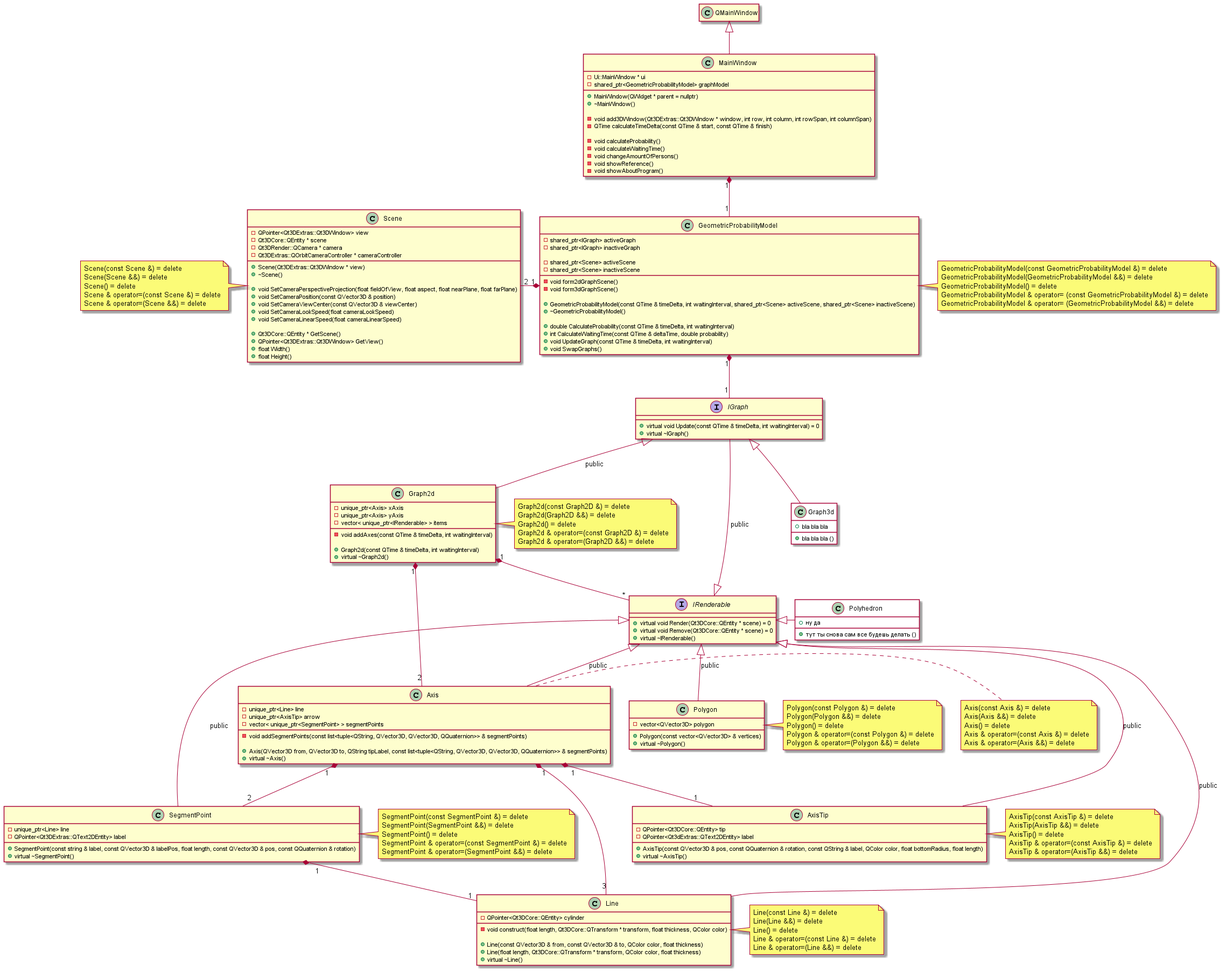
This is doc/graph2d class.png from HandsAndKeyboards/AppointmentProblem, a PlantUML export, as it was before one commit.
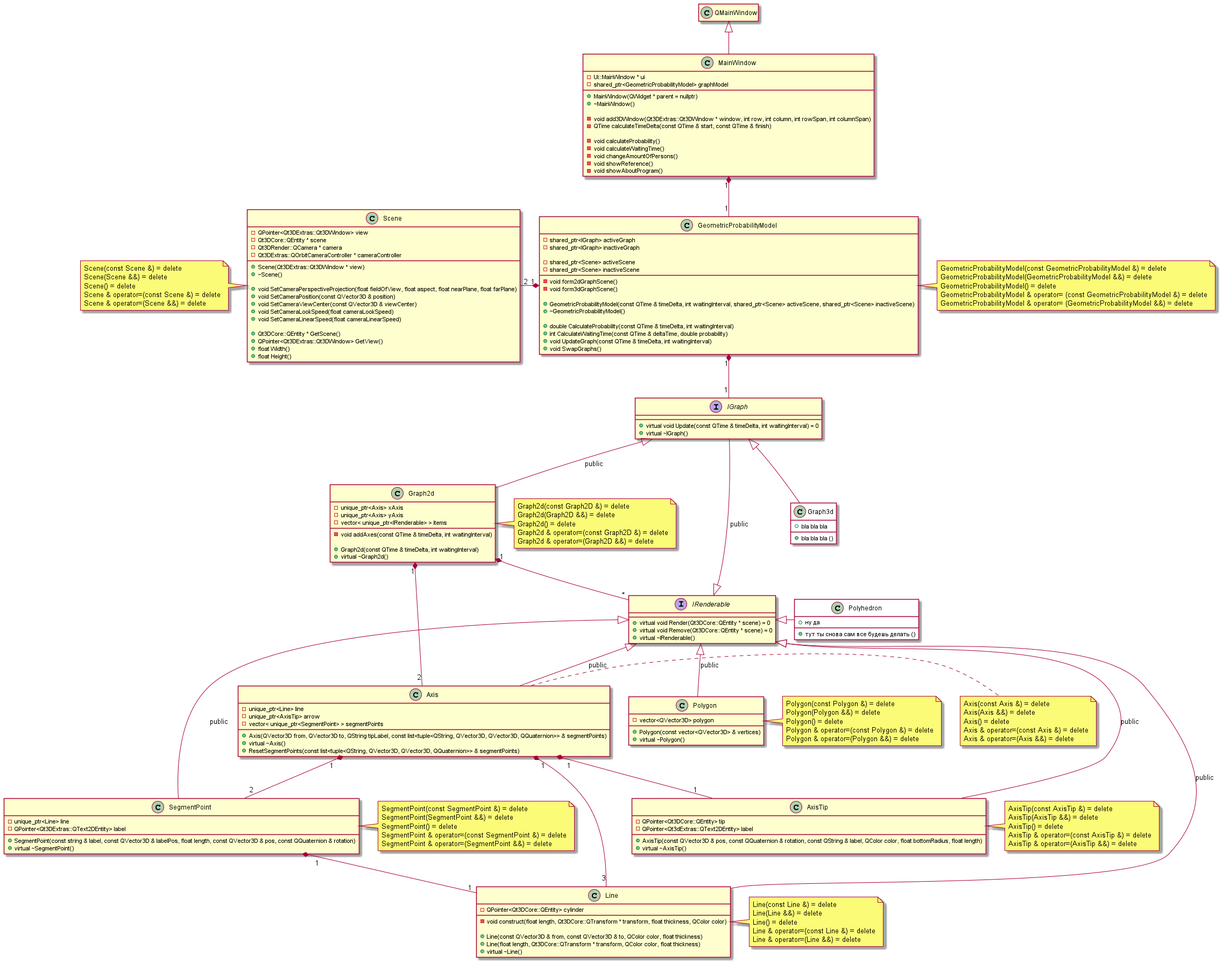
Later version of the same file.

Change to the diagram source:
```diff
@@ -105,10 +105,9 @@
     - unique_ptr<AxisTip> arrow
     - vector< unique_ptr<SegmentPoint> > segmentPoints
 
-    - void addSegmentPoints(const list<tuple<QString, QVector3D, QVector3D, QQuaternion>> & segmentPoints)
-
     + Axis(QVector3D from, QVector3D to, QString tipLabel, const list<tuple<QString, QVector3D, QVector3D, QQuaternion>> & segmentPoints)
     + virtual ~Axis()
+    + ResetSegmentPoints(const list<tuple<QString, QVector3D, QVector3D, QQuaternion>> & segmentPoints)
 }
 IRenderable <|-- Axis : public
 Graph2d "1" *-- "2" Axis
```
